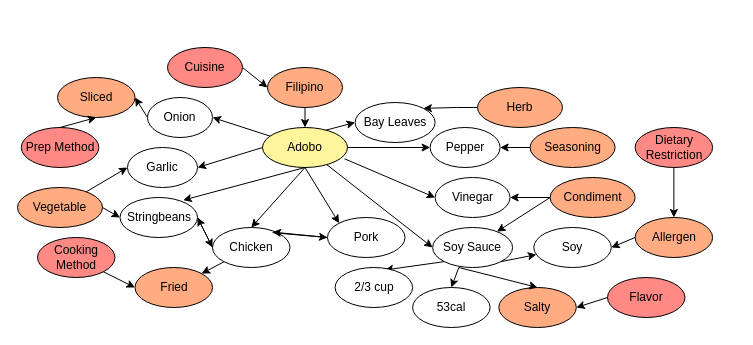
Above: KnowledGraph.drawio in MonaJea-Ng/Projects (draw.io), before the change. Source tidied: cells renumbered, new cells numbered last; positions are measured from the earlier drawing's top-left corner, leaving out a move shared by most shapes. Both pictures are drawn from the tidied source at 100%, with x=0, y=0 at pixel (17, 47).
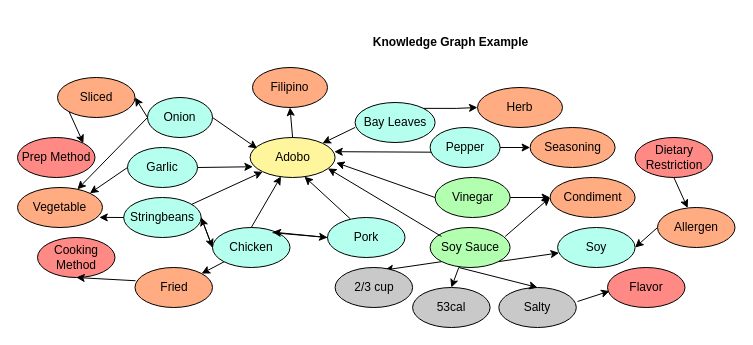
The same diagram, later.

Unchanged cells that the change refers to:
```xml
<mxCell id="13" value="Condiment" style="ellipse;whiteSpace=wrap;html=1;fillColor=#FFAC82;" parent="1" vertex="1">
  <mxGeometry x="532.6" y="130" width="85" height="40" as="geometry" />
</mxCell>
<mxCell id="21" value="Seasoning" style="ellipse;whiteSpace=wrap;html=1;fillColor=#FFAC82;" parent="1" vertex="1">
  <mxGeometry x="512.6" y="80" width="85" height="40" as="geometry" />
</mxCell>
<mxCell id="26" value="Vegetable" style="ellipse;whiteSpace=wrap;html=1;fillColor=#FFAC82;" parent="1" vertex="1">
  <mxGeometry y="140" width="85" height="40" as="geometry" />
</mxCell>
<mxCell id="46" value="Fried" style="ellipse;whiteSpace=wrap;html=1;fillColor=#FFAC82;" parent="1" vertex="1">
  <mxGeometry x="117.5" y="220" width="77.5" height="40" as="geometry" />
</mxCell>
<mxCell id="48" value="Cooking Method" style="ellipse;whiteSpace=wrap;html=1;fillColor=#FF8985;" parent="1" vertex="1">
  <mxGeometry x="20" y="190" width="77.5" height="40" as="geometry" />
</mxCell>
<mxCell id="50" value="Sliced" style="ellipse;whiteSpace=wrap;html=1;fillColor=#FFAC82;" parent="1" vertex="1">
  <mxGeometry x="40" y="30" width="77.5" height="40" as="geometry" />
</mxCell>
<mxCell id="55" value="Herb" style="ellipse;whiteSpace=wrap;html=1;fillColor=#FFAC82;" parent="1" vertex="1">
  <mxGeometry x="460" y="40" width="85" height="40" as="geometry" />
</mxCell>
```

Diff of the diagram source:
```diff
@@
     <mxCell id="2" value="Adobo" style="ellipse;whiteSpace=wrap;html=1;fillColor=#FFF59C;" parent="1" vertex="1">
-      <mxGeometry x="245" y="80" width="85" height="40" as="geometry" />
+      <mxGeometry x="232.6" y="90" width="85" height="40" as="geometry" />
     </mxCell>
     <mxCell id="3" value="Filipino" style="ellipse;whiteSpace=wrap;html=1;fillColor=#FFAC82;" parent="1" vertex="1">
-      <mxGeometry x="250" y="20" width="75" height="40" as="geometry" />
+      <mxGeometry x="235" y="20" width="75" height="40" as="geometry" />
     </mxCell>
-    <mxCell id="4" value="Chicken" style="ellipse;whiteSpace=wrap;html=1;" parent="1" vertex="1">
+    <mxCell id="4" value="Chicken" style="ellipse;whiteSpace=wrap;html=1;fillColor=#B5FFEE;" parent="1" vertex="1">
       <mxGeometry x="195" y="180" width="77.5" height="40" as="geometry" />
     </mxCell>
-    <mxCell id="5" value="Soy Sauce" style="ellipse;whiteSpace=wrap;html=1;" parent="1" vertex="1">
-      <mxGeometry x="415.1" y="180" width="80" height="40" as="geometry" />
+    <mxCell id="5" value="Soy Sauce" style="ellipse;whiteSpace=wrap;html=1;fillColor=#B3FFB0;" parent="1" vertex="1">
+      <mxGeometry x="412.6" y="180" width="80" height="40" as="geometry" />
     </mxCell>
-    <mxCell id="6" value="Vinegar" style="ellipse;whiteSpace=wrap;html=1;" parent="1" vertex="1">
+    <mxCell id="6" value="Vinegar" style="ellipse;whiteSpace=wrap;html=1;fillColor=#B3FFB0;" parent="1" vertex="1">
       <mxGeometry x="417.6" y="130" width="75" height="40" as="geometry" />
     </mxCell>
-    <mxCell id="7" value="Bay Leaves" style="ellipse;whiteSpace=wrap;html=1;" parent="1" vertex="1">
+    <mxCell id="7" value="Bay Leaves" style="ellipse;whiteSpace=wrap;html=1;fillColor=#B5FFEE;" parent="1" vertex="1">
       <mxGeometry x="337.6" y="55" width="80" height="40" as="geometry" />
     </mxCell>
-    <mxCell id="8" value="Onion" style="ellipse;whiteSpace=wrap;html=1;" parent="1" vertex="1">
+    <mxCell id="8" value="Onion" style="ellipse;whiteSpace=wrap;html=1;fillColor=#B5FFEE;" parent="1" vertex="1">
       <mxGeometry x="130" y="50" width="65" height="40" as="geometry" />
     </mxCell>
-    <mxCell id="9" value="Garlic" style="ellipse;whiteSpace=wrap;html=1;" parent="1" vertex="1">
+    <mxCell id="9" value="Garlic" style="ellipse;whiteSpace=wrap;html=1;fillColor=#B5FFEE;" parent="1" vertex="1">
       <mxGeometry x="110" y="100" width="70" height="40" as="geometry" />
     </mxCell>
-    <mxCell id="10" value="Pepper" style="ellipse;whiteSpace=wrap;html=1;" parent="1" vertex="1">
+    <mxCell id="10" value="Pepper" style="ellipse;whiteSpace=wrap;html=1;fillColor=#B5FFEE;" parent="1" vertex="1">
       <mxGeometry x="412.6" y="80" width="70" height="40" as="geometry" />
     </mxCell>
-    <mxCell id="11" style="endArrow=classic;html=1;rounded=0;exitX=0.5;exitY=1;exitDx=0;exitDy=0;entryX=0.5;entryY=0;entryDx=0;entryDy=0;" parent="1" edge="1" source="3" target="2">
+    <mxCell id="11" style="endArrow=classic;html=1;rounded=0;exitX=0.5;exitY=0;exitDx=0;exitDy=0;entryX=0.5;entryY=1;entryDx=0;entryDy=0;" parent="1" edge="1" source="2" target="3">
       <mxGeometry relative="1" as="geometry" />
     </mxCell>
-    <mxCell id="12" style="endArrow=classic;html=1;rounded=0;exitX=0.5;exitY=1;exitDx=0;exitDy=0;entryX=0.5;entryY=0;entryDx=0;entryDy=0;" parent="1" edge="1" source="2" target="4">
+    <mxCell id="12" style="endArrow=classic;html=1;rounded=0;exitX=0.5;exitY=0;exitDx=0;exitDy=0;entryX=0.363;entryY=0.973;entryDx=0;entryDy=0;entryPerimeter=0;" parent="1" edge="1" source="4" target="2">
       <mxGeometry relative="1" as="geometry" />
     </mxCell>
@@
-    <mxCell id="15" style="endArrow=classic;html=1;rounded=0;entryX=1;entryY=0.5;entryDx=0;entryDy=0;exitX=0;exitY=0.5;exitDx=0;exitDy=0;" parent="1" edge="1" source="13" target="6">
+    <mxCell id="15" style="endArrow=classic;html=1;rounded=0;entryX=0;entryY=0.5;entryDx=0;entryDy=0;exitX=1;exitY=0.5;exitDx=0;exitDy=0;" parent="1" edge="1" source="6" target="13">
       <mxGeometry relative="1" as="geometry" />
     </mxCell>
-    <mxCell id="16" style="endArrow=classic;html=1;rounded=0;exitX=0.965;exitY=0.782;exitDx=0;exitDy=0;entryX=0;entryY=0.5;entryDx=0;entryDy=0;exitPerimeter=0;" parent="1" edge="1" source="2" target="6">
+    <mxCell id="16" style="endArrow=classic;html=1;rounded=0;entryX=1.013;entryY=0.63;entryDx=0;entryDy=0;entryPerimeter=0;exitX=0;exitY=0.5;exitDx=0;exitDy=0;" parent="1" edge="1" source="6" target="2">
       <mxGeometry relative="1" as="geometry" />
     </mxCell>
-    <mxCell id="17" style="endArrow=classic;html=1;rounded=0;entryX=0;entryY=0.5;entryDx=0;entryDy=0;" parent="1" edge="1" source="2" target="5">
+    <mxCell id="17" style="endArrow=classic;html=1;rounded=0;entryX=0.916;entryY=0.773;entryDx=0;entryDy=0;entryPerimeter=0;exitX=0.142;exitY=0.223;exitDx=0;exitDy=0;exitPerimeter=0;" parent="1" edge="1" source="5" target="2">
       <mxGeometry relative="1" as="geometry" />
     </mxCell>
-    <mxCell id="18" value="Pork" style="ellipse;whiteSpace=wrap;html=1;" parent="1" vertex="1">
+    <mxCell id="18" value="Pork" style="ellipse;whiteSpace=wrap;html=1;fillColor=#B5FFEE;" parent="1" vertex="1">
       <mxGeometry x="310" y="170" width="77.5" height="40" as="geometry" />
     </mxCell>
-    <mxCell id="19" style="endArrow=classic;html=1;rounded=0;entryX=1;entryY=0.5;entryDx=0;entryDy=0;exitX=0;exitY=0.5;exitDx=0;exitDy=0;" parent="1" edge="1" source="2" target="9">
+    <mxCell id="19" style="endArrow=classic;html=1;rounded=0;entryX=0.033;entryY=0.731;entryDx=0;entryDy=0;exitX=1;exitY=0.5;exitDx=0;exitDy=0;entryPerimeter=0;" parent="1" edge="1" source="9" target="2">
       <mxGeometry relative="1" as="geometry" />
     </mxCell>
-    <mxCell id="20" style="endArrow=classic;html=1;rounded=0;entryX=1;entryY=0.5;entryDx=0;entryDy=0;" parent="1" edge="1" source="2" target="8">
+    <mxCell id="20" style="endArrow=classic;html=1;rounded=0;exitX=1;exitY=0.5;exitDx=0;exitDy=0;entryX=0.083;entryY=0.272;entryDx=0;entryDy=0;entryPerimeter=0;" parent="1" edge="1" source="8" target="2">
       <mxGeometry relative="1" as="geometry" />
     </mxCell>
@@
-    <mxCell id="22" style="endArrow=classic;html=1;rounded=0;exitX=1;exitY=0.5;exitDx=0;exitDy=0;entryX=0;entryY=0.5;entryDx=0;entryDy=0;" parent="1" edge="1" source="2" target="10">
+    <mxCell id="22" style="endArrow=classic;html=1;rounded=0;exitX=0.019;exitY=0.617;exitDx=0;exitDy=0;entryX=0.99;entryY=0.355;entryDx=0;entryDy=0;entryPerimeter=0;exitPerimeter=0;" parent="1" edge="1" source="10" target="2">
       <mxGeometry relative="1" as="geometry" />
     </mxCell>
-    <mxCell id="23" style="endArrow=classic;html=1;rounded=0;exitX=0;exitY=0.5;exitDx=0;exitDy=0;entryX=1;entryY=0.5;entryDx=0;entryDy=0;" parent="1" edge="1" source="21" target="10">
+    <mxCell id="23" style="endArrow=classic;html=1;rounded=0;exitX=1;exitY=0.5;exitDx=0;exitDy=0;entryX=0;entryY=0.5;entryDx=0;entryDy=0;" parent="1" edge="1" source="10" target="21">
       <mxGeometry relative="1" as="geometry" />
     </mxCell>
-    <mxCell id="24" value="Stringbeans" style="ellipse;whiteSpace=wrap;html=1;" parent="1" vertex="1">
-      <mxGeometry x="102.5" y="150" width="77.5" height="40" as="geometry" />
+    <mxCell id="24" value="Stringbeans" style="ellipse;whiteSpace=wrap;html=1;fillColor=#B5FFEE;" parent="1" vertex="1">
+      <mxGeometry x="106.2" y="150" width="77.5" height="40" as="geometry" />
     </mxCell>
-    <mxCell id="25" style="endArrow=classic;html=1;rounded=0;exitX=0.5;exitY=1;exitDx=0;exitDy=0;entryX=0.815;entryY=0.067;entryDx=0;entryDy=0;entryPerimeter=0;" parent="1" edge="1" source="2" target="24">
+    <mxCell id="25" style="endArrow=classic;html=1;rounded=0;entryX=0;entryY=1;entryDx=0;entryDy=0;" parent="1" edge="1" source="24" target="2">
       <mxGeometry relative="1" as="geometry" />
     </mxCell>
@@
-    <mxCell id="27" style="endArrow=classic;html=1;rounded=0;entryX=0;entryY=0.5;entryDx=0;entryDy=0;" parent="1" edge="1" source="26" target="9">
+    <mxCell id="27" style="endArrow=classic;html=1;rounded=0;entryX=1;entryY=0;entryDx=0;entryDy=0;exitX=0;exitY=0.5;exitDx=0;exitDy=0;" parent="1" edge="1" source="9" target="26">
       <mxGeometry relative="1" as="geometry" />
     </mxCell>
@@
-    <mxCell id="30" style="endArrow=classic;html=1;rounded=0;entryX=0;entryY=0.5;entryDx=0;entryDy=0;exitX=1;exitY=0.5;exitDx=0;exitDy=0;" parent="1" edge="1" source="26" target="24">
+    <mxCell id="30" style="endArrow=classic;html=1;rounded=0;entryX=0.962;entryY=0.747;entryDx=0;entryDy=0;exitX=0;exitY=0.5;exitDx=0;exitDy=0;entryPerimeter=0;" parent="1" edge="1" source="24" target="26">
       <mxGeometry relative="1" as="geometry" />
     </mxCell>
@@
-    <mxCell id="33" style="endArrow=classic;html=1;rounded=0;exitX=0.5;exitY=1;exitDx=0;exitDy=0;entryX=0;entryY=0;entryDx=0;entryDy=0;" parent="1" edge="1" source="2" target="18">
+    <mxCell id="33" style="endArrow=classic;html=1;rounded=0;exitX=0.296;exitY=0.036;exitDx=0;exitDy=0;entryX=0.64;entryY=0.98;entryDx=0;entryDy=0;entryPerimeter=0;exitPerimeter=0;" parent="1" edge="1" source="18" target="2">
       <mxGeometry relative="1" as="geometry" />
     </mxCell>
-    <mxCell id="34" value="Cuisine" style="ellipse;whiteSpace=wrap;html=1;fillColor=#FF8985;" parent="1" vertex="1">
-      <mxGeometry x="150" width="75" height="40" as="geometry" />
-    </mxCell>
-    <mxCell id="35" style="endArrow=classic;html=1;rounded=0;exitX=1;exitY=0.5;exitDx=0;exitDy=0;entryX=0;entryY=0.5;entryDx=0;entryDy=0;" parent="1" edge="1" source="34" target="3">
-      <mxGeometry relative="1" as="geometry" />
-    </mxCell>
-    <mxCell id="36" value="Soy" style="ellipse;whiteSpace=wrap;html=1;" parent="1" vertex="1">
-      <mxGeometry x="516.3" y="180" width="77.5" height="40" as="geometry" />
+    <mxCell id="36" value="Soy" style="ellipse;whiteSpace=wrap;html=1;fillColor=#B5FFEE;" parent="1" vertex="1">
+      <mxGeometry x="540.1" y="180" width="77.5" height="40" as="geometry" />
     </mxCell>
     <mxCell id="37" value="Allergen" style="ellipse;whiteSpace=wrap;html=1;fillColor=#FFAC82;" parent="1" vertex="1">
-      <mxGeometry x="617.6" y="170" width="77.5" height="40" as="geometry" />
+      <mxGeometry x="640" y="160" width="77.5" height="40" as="geometry" />
     </mxCell>
@@
-    <mxCell id="39" value="Salty" style="ellipse;whiteSpace=wrap;html=1;fillColor=#FFAC82;" parent="1" vertex="1">
+    <mxCell id="39" value="Salty" style="ellipse;whiteSpace=wrap;html=1;fillColor=#C9C9C9;" parent="1" vertex="1">
       <mxGeometry x="481.3" y="240" width="77.5" height="40" as="geometry" />
     </mxCell>
@@
-    <mxCell id="41" style="endArrow=classic;html=1;rounded=0;exitX=0;exitY=0.5;exitDx=0;exitDy=0;" parent="1" edge="1" source="13" target="5">
+    <mxCell id="41" style="endArrow=classic;html=1;rounded=0;exitX=0.939;exitY=0.223;exitDx=0;exitDy=0;entryX=0;entryY=0.5;entryDx=0;entryDy=0;exitPerimeter=0;" parent="1" edge="1" source="5" target="13">
       <mxGeometry relative="1" as="geometry" />
     </mxCell>
-    <mxCell id="42" value="53cal" style="ellipse;whiteSpace=wrap;html=1;" parent="1" vertex="1">
+    <mxCell id="42" value="53cal" style="ellipse;whiteSpace=wrap;html=1;fillColor=#C9C9C9;" parent="1" vertex="1">
       <mxGeometry x="395.1" y="240" width="77.5" height="40" as="geometry" />
     </mxCell>
@@
-    <mxCell id="44" value="2/3 cup" style="ellipse;whiteSpace=wrap;html=1;" parent="1" vertex="1">
+    <mxCell id="44" value="2/3 cup" style="ellipse;whiteSpace=wrap;html=1;fillColor=#C9C9C9;" parent="1" vertex="1">
       <mxGeometry x="317.6" y="220" width="77.5" height="40" as="geometry" />
     </mxCell>
@@
     <mxCell id="49" value="Prep Method" style="ellipse;whiteSpace=wrap;html=1;fillColor=#FF8985;" parent="1" vertex="1">
-      <mxGeometry x="3.8" y="80" width="77.5" height="40" as="geometry" />
+      <mxGeometry y="90" width="77.5" height="40" as="geometry" />
     </mxCell>
@@
-    <mxCell id="51" style="endArrow=classic;html=1;rounded=0;entryX=0.5;entryY=1;entryDx=0;entryDy=0;exitX=0.5;exitY=0;exitDx=0;exitDy=0;" parent="1" edge="1" source="49" target="50">
+    <mxCell id="51" style="endArrow=classic;html=1;rounded=0;entryX=1;entryY=0;entryDx=0;entryDy=0;exitX=0;exitY=1;exitDx=0;exitDy=0;" parent="1" edge="1" source="50" target="49">
       <mxGeometry relative="1" as="geometry" />
     </mxCell>
@@
-    <mxCell id="53" style="endArrow=classic;html=1;rounded=0;exitX=0.743;exitY=0.068;exitDx=0;exitDy=0;entryX=0;entryY=0.5;entryDx=0;entryDy=0;exitPerimeter=0;" parent="1" edge="1" source="2" target="7">
+    <mxCell id="53" style="endArrow=classic;html=1;rounded=0;exitX=0.001;exitY=0.623;exitDx=0;exitDy=0;entryX=1;entryY=0;entryDx=0;entryDy=0;exitPerimeter=0;" parent="1" edge="1" source="7" target="2">
       <mxGeometry relative="1" as="geometry" />
     </mxCell>
-    <mxCell id="54" style="edgeStyle=orthogonalEdgeStyle;rounded=0;jettySize=auto;html=1;exitX=0;exitY=0.5;exitDx=0;exitDy=0;entryX=1;entryY=0;entryDx=0;entryDy=0;" parent="1" edge="1" source="55" target="7">
+    <mxCell id="54" style="edgeStyle=orthogonalEdgeStyle;rounded=0;jettySize=auto;html=1;exitX=1;exitY=0;exitDx=0;exitDy=0;entryX=0;entryY=0.5;entryDx=0;entryDy=0;" parent="1" edge="1" source="7" target="55">
       <mxGeometry relative="1" as="geometry" />
     </mxCell>
@@
-    <mxCell id="56" style="endArrow=classic;html=1;rounded=0;exitX=1;exitY=1;exitDx=0;exitDy=0;entryX=0;entryY=0.5;entryDx=0;entryDy=0;" parent="1" edge="1" source="48" target="46">
+    <mxCell id="56" style="endArrow=classic;html=1;rounded=0;exitX=0.007;exitY=0.331;exitDx=0;exitDy=0;entryX=0.5;entryY=1;entryDx=0;entryDy=0;exitPerimeter=0;" parent="1" edge="1" source="46" target="48">
       <mxGeometry relative="1" as="geometry" />
     </mxCell>
@@
     <mxCell id="58" value="Dietary Restriction" style="ellipse;whiteSpace=wrap;html=1;fillColor=#FF8985;" parent="1" vertex="1">
-      <mxGeometry x="617.6" y="80" width="77.5" height="40" as="geometry" />
+      <mxGeometry x="617.6" y="90" width="77.5" height="40" as="geometry" />
     </mxCell>
     <mxCell id="59" value="Flavor" style="ellipse;whiteSpace=wrap;html=1;fillColor=#FF8985;" parent="1" vertex="1">
-      <mxGeometry x="590" y="230" width="77.5" height="40" as="geometry" />
+      <mxGeometry x="590" y="220" width="77.5" height="40" as="geometry" />
     </mxCell>
-    <mxCell id="60" style="endArrow=classic;html=1;rounded=0;entryX=1;entryY=0.5;entryDx=0;entryDy=0;exitX=0;exitY=0.5;exitDx=0;exitDy=0;" parent="1" edge="1" source="59" target="39">
-      <mxGeometry relative="1" as="geometry" />
+    <mxCell id="60" style="endArrow=classic;html=1;rounded=0;entryX=0.027;entryY=0.589;entryDx=0;entryDy=0;entryPerimeter=0;" parent="1" edge="1" target="59">
+      <mxGeometry relative="1" as="geometry">
+        <mxPoint x="560" y="254" as="sourcePoint" />
+      </mxGeometry>
     </mxCell>
+    <mxCell id="61" style="endArrow=classic;html=1;rounded=0;entryX=0.705;entryY=0.045;entryDx=0;entryDy=0;entryPerimeter=0;exitX=0;exitY=0.5;exitDx=0;exitDy=0;" parent="1" edge="1" source="8" target="26">
+      <mxGeometry relative="1" as="geometry" />
+    </mxCell>
+    <mxCell id="62" value="Knowledge Graph Example" style="text;html=1;align=center;verticalAlign=middle;whiteSpace=wrap;rounded=0;fontStyle=1;" parent="1" vertex="1">
+      <mxGeometry x="331.3" y="-30" width="205" height="50" as="geometry" />
+    </mxCell>
```
